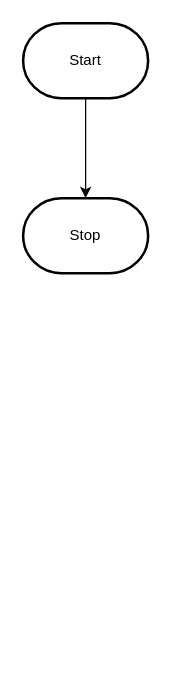
Above: design/flowchart.drawio in MTHS-ICD2O-1-2023/ICD2O-Assignment-05-Adam-Batiuk (draw.io), before the change. Source tidied: cells renumbered, new cells numbered last; positions are measured from the earlier drawing's top-left corner, leaving out a move shared by most shapes. Both pictures are drawn from the tidied source at 125%, with x=0, y=0 at pixel (22, 22).
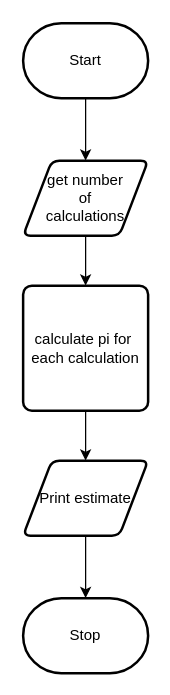
After the change.

Change to the diagram source:
```diff
@@
 <mxGraphModel>
   <root>
     <mxCell id="0" />
     <mxCell id="1" parent="0" />
-    <mxCell id="2" style="edgeStyle=orthogonalEdgeStyle;html=1;rounded=0;" parent="1" edge="1" source="3" target="4">
-      <mxGeometry relative="1" as="geometry" />
-    </mxCell>
+    <mxCell id="5" style="edgeStyle=none;html=1;" parent="1" edge="1" source="3" target="2">
+      <mxGeometry relative="1" as="geometry" />
+    </mxCell>
     <mxCell id="3" value="Start" style="strokeWidth=2;html=1;shape=mxgraph.flowchart.terminator;whiteSpace=wrap;" parent="1" vertex="1">
       <mxGeometry width="100" height="60" as="geometry" />
     </mxCell>
     <mxCell id="4" value="Stop" style="strokeWidth=2;html=1;shape=mxgraph.flowchart.terminator;whiteSpace=wrap;" parent="1" vertex="1">
-      <mxGeometry y="140" width="100" height="60" as="geometry" />
+      <mxGeometry y="460" width="100" height="60" as="geometry" />
     </mxCell>
+    <mxCell id="6" style="edgeStyle=none;html=1;" parent="1" edge="1" source="2" target="8">
+      <mxGeometry relative="1" as="geometry" />
+    </mxCell>
+    <mxCell id="2" value="get number&lt;br&gt;of &lt;br&gt;calculations" style="shape=parallelogram;html=1;strokeWidth=2;perimeter=parallelogramPerimeter;whiteSpace=wrap;rounded=1;arcSize=12;size=0.23;" parent="1" vertex="1">
+      <mxGeometry y="110" width="100" height="60" as="geometry" />
+    </mxCell>
+    <mxCell id="7" style="edgeStyle=none;html=1;" parent="1" edge="1" source="8" target="10">
+      <mxGeometry relative="1" as="geometry" />
+    </mxCell>
+    <mxCell id="8" value="calculate pi for&amp;nbsp;&lt;br&gt;each calculation" style="rounded=1;whiteSpace=wrap;html=1;absoluteArcSize=1;arcSize=14;strokeWidth=2;" parent="1" vertex="1">
+      <mxGeometry y="210" width="100" height="100" as="geometry" />
+    </mxCell>
+    <mxCell id="9" style="edgeStyle=none;html=1;" parent="1" edge="1" source="10" target="4">
+      <mxGeometry relative="1" as="geometry" />
+    </mxCell>
+    <mxCell id="10" value="Print estimate" style="shape=parallelogram;html=1;strokeWidth=2;perimeter=parallelogramPerimeter;whiteSpace=wrap;rounded=1;arcSize=12;size=0.23;" parent="1" vertex="1">
+      <mxGeometry y="350" width="100" height="60" as="geometry" />
+    </mxCell>
   </root>
 </mxGraphModel>
```
